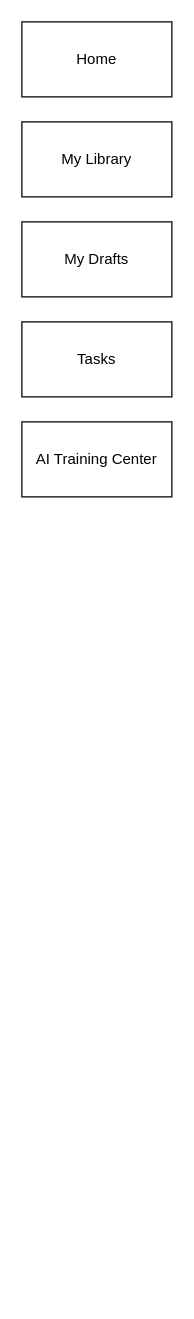
The draw.io diagram Untitled Diagram.drawio in tsherrell/tsherrell, before the edit. Source tidied: cells renumbered, new cells numbered last; positions are measured from the earlier drawing's top-left corner, leaving out a move shared by most shapes. Both pictures are drawn from the tidied source at 125%, with x=0, y=0 at pixel (21, 21).
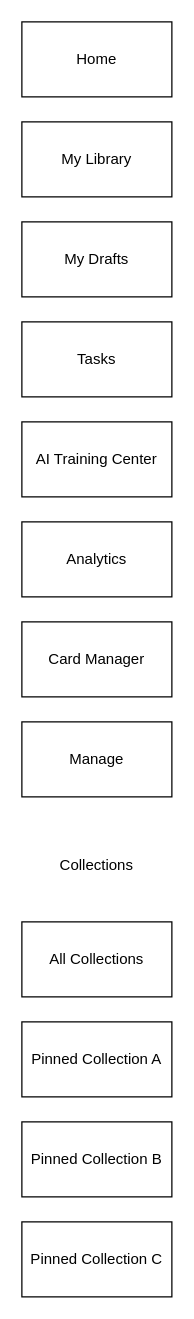
The same diagram, later.

Change to the diagram source:
```diff
@@
 <mxGraphModel>
   <root>
     <mxCell id="0" />
     <mxCell id="1" parent="0" />
     <mxCell id="2" value="Home" style="rounded=0;whiteSpace=wrap;html=1;" parent="1" vertex="1">
       <mxGeometry width="120" height="60" as="geometry" />
     </mxCell>
     <mxCell id="3" value="My Library" style="rounded=0;whiteSpace=wrap;html=1;" parent="1" vertex="1">
       <mxGeometry y="80" width="120" height="60" as="geometry" />
     </mxCell>
     <mxCell id="4" value="My Drafts" style="rounded=0;whiteSpace=wrap;html=1;" parent="1" vertex="1">
       <mxGeometry y="160" width="120" height="60" as="geometry" />
     </mxCell>
     <mxCell id="5" value="Tasks" style="rounded=0;whiteSpace=wrap;html=1;" parent="1" vertex="1">
       <mxGeometry y="240" width="120" height="60" as="geometry" />
     </mxCell>
     <mxCell id="6" value="AI Training Center" style="rounded=0;whiteSpace=wrap;html=1;" parent="1" vertex="1">
       <mxGeometry y="320" width="120" height="60" as="geometry" />
     </mxCell>
+    <mxCell id="7" value="Analytics" style="rounded=0;whiteSpace=wrap;html=1;" parent="1" vertex="1">
+      <mxGeometry y="400" width="120" height="60" as="geometry" />
+    </mxCell>
+    <mxCell id="8" value="Card Manager" style="rounded=0;whiteSpace=wrap;html=1;" parent="1" vertex="1">
+      <mxGeometry y="480" width="120" height="60" as="geometry" />
+    </mxCell>
+    <mxCell id="9" value="Manage" style="rounded=0;whiteSpace=wrap;html=1;" parent="1" vertex="1">
+      <mxGeometry y="560" width="120" height="60" as="geometry" />
+    </mxCell>
+    <mxCell id="10" value="All Collections" style="rounded=0;whiteSpace=wrap;html=1;" parent="1" vertex="1">
+      <mxGeometry y="720" width="120" height="60" as="geometry" />
+    </mxCell>
+    <mxCell id="11" value="Pinned Collection A" style="rounded=0;whiteSpace=wrap;html=1;" parent="1" vertex="1">
+      <mxGeometry y="800" width="120" height="60" as="geometry" />
+    </mxCell>
+    <mxCell id="12" value="Pinned Collection B" style="rounded=0;whiteSpace=wrap;html=1;" parent="1" vertex="1">
+      <mxGeometry y="880" width="120" height="60" as="geometry" />
+    </mxCell>
+    <mxCell id="13" value="Pinned Collection C" style="rounded=0;whiteSpace=wrap;html=1;" parent="1" vertex="1">
+      <mxGeometry y="960" width="120" height="60" as="geometry" />
+    </mxCell>
+    <mxCell id="14" value="Collections" style="text;html=1;align=center;verticalAlign=middle;whiteSpace=wrap;rounded=0;" parent="1" vertex="1">
+      <mxGeometry x="30" y="660" width="60" height="30" as="geometry" />
+    </mxCell>
   </root>
 </mxGraphModel>
```
